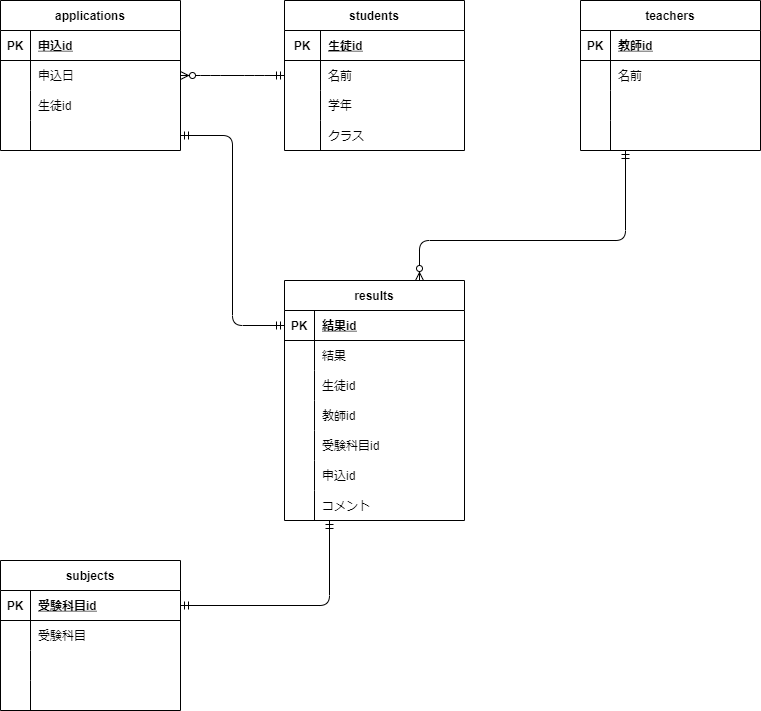
This is index.drawio.png from takamasa0719/DB, a draw.io export, as it was before one commit. Source tidied: cells renumbered, new cells last; positions are measured from the earlier drawing's top-left corner, leaving out a move shared by most shapes.
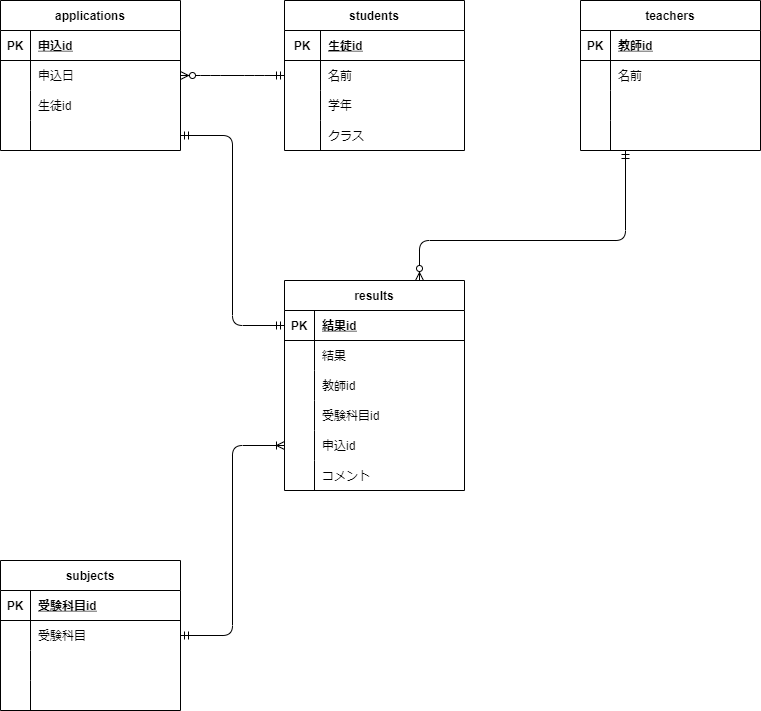
After the commit.

Diff of the diagram source:
```diff
@@ -120,7 +120,7 @@
       <mxGeometry x="36" width="144" height="30" as="geometry" />
     </mxCell>
     <mxCell id="41" value="results" style="shape=table;startSize=30;rowLines=0;fontStyle=1;align=center;" parent="1" vertex="1">
-      <mxGeometry x="284" y="280" width="180" height="240" as="geometry" />
+      <mxGeometry x="284" y="280" width="180" height="210" as="geometry" />
     </mxCell>
     <mxCell id="42" style="shape=partialRectangle;fillColor=none;top=0;left=0;bottom=1;right=0;points=[[0,0.5],[1,0.5]];portConstraint=eastwest;" parent="41" vertex="1">
       <mxGeometry y="30" width="180" height="30" as="geometry" />
@@ -140,17 +140,8 @@
     <mxCell id="47" value="結果" style="shape=partialRectangle;fillColor=none;top=0;left=0;bottom=0;right=0;align=left;spacingLeft=6;overflow=hidden;" parent="45" vertex="1">
       <mxGeometry x="30" width="150" height="30" as="geometry" />
     </mxCell>
-    <mxCell id="48" style="shape=partialRectangle;fillColor=none;top=0;left=0;bottom=0;right=0;" parent="41" vertex="1">
-      <mxGeometry y="90" width="180" height="30" as="geometry" />
-    </mxCell>
-    <mxCell id="49" style="shape=partialRectangle;fillColor=none;top=0;left=0;bottom=0;right=0;overflow=hidden;" parent="48" vertex="1">
-      <mxGeometry width="30" height="30" as="geometry" />
-    </mxCell>
-    <mxCell id="50" value="生徒id" style="shape=partialRectangle;fillColor=none;top=0;left=0;bottom=0;right=0;align=left;spacingLeft=6;overflow=hidden;" parent="48" vertex="1">
-      <mxGeometry x="30" width="150" height="30" as="geometry" />
-    </mxCell>
     <mxCell id="51" style="shape=partialRectangle;fillColor=none;top=0;left=0;bottom=0;right=0;" parent="41" vertex="1">
-      <mxGeometry y="120" width="180" height="30" as="geometry" />
+      <mxGeometry y="90" width="180" height="30" as="geometry" />
     </mxCell>
     <mxCell id="52" style="shape=partialRectangle;fillColor=none;top=0;left=0;bottom=0;right=0;overflow=hidden;" parent="51" vertex="1">
       <mxGeometry width="30" height="30" as="geometry" />
@@ -159,7 +150,7 @@
       <mxGeometry x="30" width="150" height="30" as="geometry" />
     </mxCell>
     <mxCell id="54" style="shape=partialRectangle;fillColor=none;top=0;left=0;bottom=0;right=0;" parent="41" vertex="1">
-      <mxGeometry y="150" width="180" height="30" as="geometry" />
+      <mxGeometry y="120" width="180" height="30" as="geometry" />
     </mxCell>
     <mxCell id="55" style="shape=partialRectangle;fillColor=none;top=0;left=0;bottom=0;right=0;overflow=hidden;" parent="54" vertex="1">
       <mxGeometry width="30" height="30" as="geometry" />
@@ -168,7 +159,7 @@
       <mxGeometry x="30" width="150" height="30" as="geometry" />
     </mxCell>
     <mxCell id="57" style="shape=partialRectangle;fillColor=none;top=0;left=0;bottom=0;right=0;points=[[0,0.5],[1,0.5]];portConstraint=eastwest;" parent="41" vertex="1">
-      <mxGeometry y="180" width="180" height="30" as="geometry" />
+      <mxGeometry y="150" width="180" height="30" as="geometry" />
     </mxCell>
     <mxCell id="58" style="shape=partialRectangle;fillColor=none;top=0;left=0;bottom=0;right=0;overflow=hidden;" parent="57" vertex="1">
       <mxGeometry width="30" height="30" as="geometry" />
@@ -177,7 +168,7 @@
       <mxGeometry x="30" width="150" height="30" as="geometry" />
     </mxCell>
     <mxCell id="60" style="shape=partialRectangle;fillColor=none;top=0;left=0;bottom=0;right=0;" parent="41" vertex="1">
-      <mxGeometry y="210" width="180" height="30" as="geometry" />
+      <mxGeometry y="180" width="180" height="30" as="geometry" />
     </mxCell>
     <mxCell id="61" style="shape=partialRectangle;fillColor=none;top=0;left=0;bottom=0;right=0;overflow=hidden;" parent="60" vertex="1">
       <mxGeometry width="30" height="30" as="geometry" />
@@ -235,11 +226,11 @@
     <mxCell id="77" style="edgeStyle=entityRelationEdgeStyle;fontSize=12;html=1;endArrow=ERzeroToMany;startArrow=ERmandOne;exitX=0;exitY=0.5;exitDx=0;exitDy=0;entryX=1;entryY=0.5;entryDx=0;entryDy=0;" parent="1" edge="1" source="32" target="67">
       <mxGeometry relative="1" as="geometry" />
     </mxCell>
-    <mxCell id="78" style="edgeStyle=orthogonalEdgeStyle;fontSize=12;html=1;endArrow=ERmandOne;startArrow=ERmandOne;exitX=1;exitY=0.5;exitDx=0;exitDy=0;entryX=0.25;entryY=1;entryDx=0;entryDy=0;" parent="1" edge="1" source="3" target="41">
-      <mxGeometry relative="1" as="geometry" />
-    </mxCell>
     <mxCell id="79" style="edgeStyle=orthogonalEdgeStyle;fontSize=12;html=1;endArrow=ERmandOne;startArrow=ERmandOne;exitX=1;exitY=0.5;exitDx=0;exitDy=0;entryX=0;entryY=0.5;entryDx=0;entryDy=0;" parent="1" edge="1" source="73" target="42">
       <mxGeometry relative="1" as="geometry" />
     </mxCell>
+    <mxCell id="80" style="edgeStyle=orthogonalEdgeStyle;fontSize=12;html=1;endArrow=ERoneToMany;startArrow=ERmandOne;exitX=1;exitY=0.5;exitDx=0;exitDy=0;entryX=0;entryY=0.5;entryDx=0;entryDy=0;" parent="1" edge="1" source="6" target="57">
+      <mxGeometry relative="1" as="geometry" />
+    </mxCell>
   </root>
 </mxGraphModel>
```
